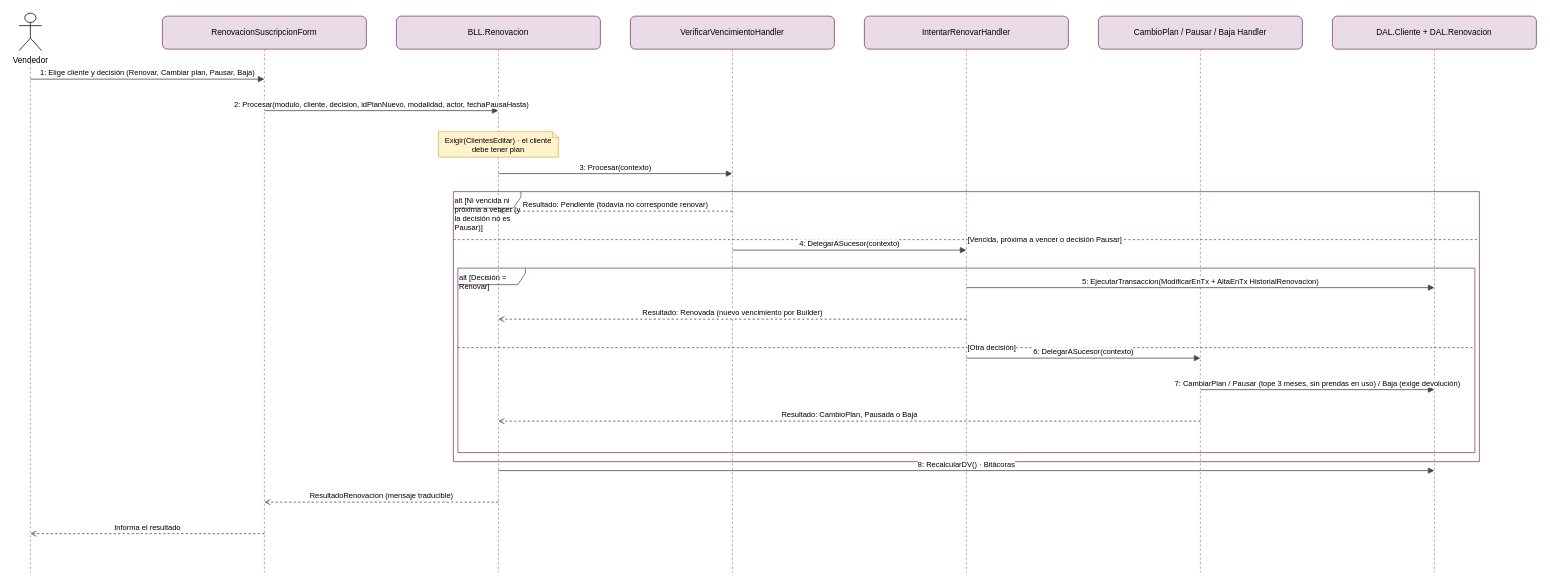
The draw.io diagram docs/diagramas/drawio/DSS_N01_CU02_RenovarSuscripcion.drawio in valentinamorana/Trabajo-de-Diploma, before the edit. Source tidied: cells renumbered, new cells numbered last; positions are measured from the earlier drawing's top-left corner, leaving out a move shared by most shapes. Both pictures are drawn from the tidied source at 75%, with x=0, y=0 at pixel (19, 13).
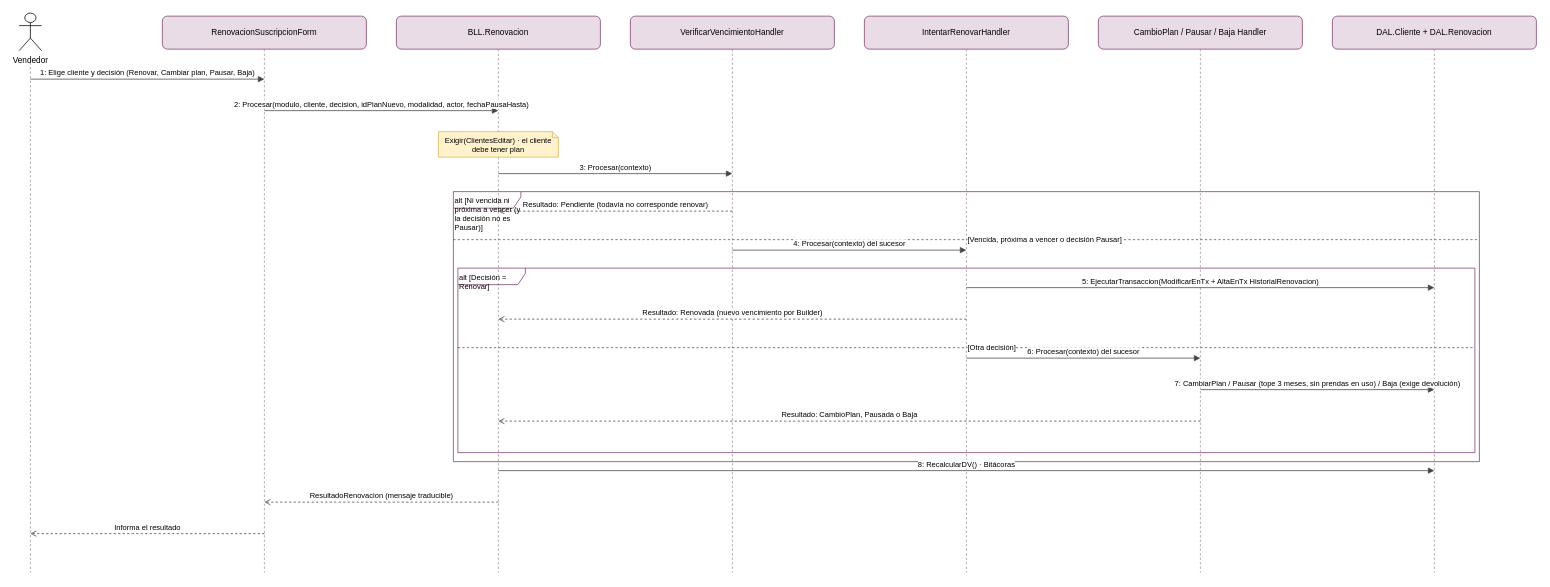
The same diagram, later.

The edit, as a diff of the source:
```diff
@@
-    <mxCell id="25" value="4: DelegarASucesor(contexto)" style="html=1;verticalAlign=bottom;endArrow=block;endFill=1;fontSize=10;strokeColor=#444;" parent="1" edge="1">
+    <mxCell id="25" value="4: Procesar(contexto) del sucesor" style="html=1;verticalAlign=bottom;endArrow=block;endFill=1;fontSize=10;strokeColor=#444;" parent="1" edge="1">
       <mxGeometry relative="1" as="geometry">
         <mxPoint x="951" y="316" as="sourcePoint" />
         <mxPoint x="1263" y="316" as="targetPoint" />
       </mxGeometry>
     </mxCell>
@@
-    <mxCell id="28" value="6: DelegarASucesor(contexto)" style="html=1;verticalAlign=bottom;endArrow=block;endFill=1;fontSize=10;strokeColor=#444;" parent="1" edge="1">
+    <mxCell id="28" value="6: Procesar(contexto) del sucesor" style="html=1;verticalAlign=bottom;endArrow=block;endFill=1;fontSize=10;strokeColor=#444;" parent="1" edge="1">
       <mxGeometry relative="1" as="geometry">
         <mxPoint x="1263" y="460" as="sourcePoint" />
         <mxPoint x="1575" y="460" as="targetPoint" />
       </mxGeometry>
     </mxCell>
```
